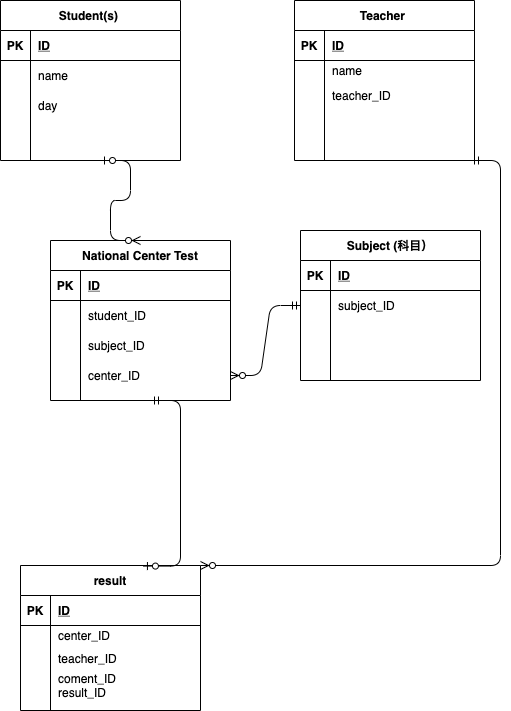
Above: index. .drawio.png in hitomineo/2021-12-24-ito-ER (draw.io), before the change. Source tidied: cells renumbered, new cells last; positions are measured from the earlier drawing's top-left corner, leaving out a move shared by most shapes.
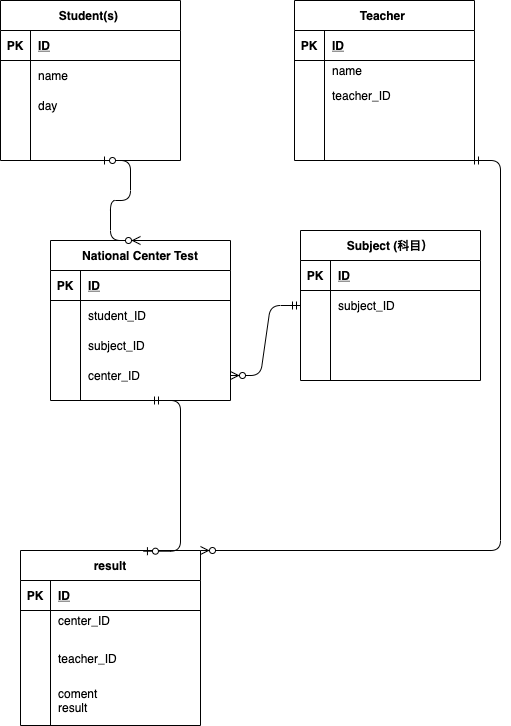
Later version of the same file.

Change to the diagram source:
```diff
@@ -42,7 +42,7 @@
       <mxGeometry x="30" width="150" height="30" as="geometry" />
     </mxCell>
     <mxCell id="15" value="result" style="shape=table;startSize=30;rowLines=0;fontStyle=1;align=center;" parent="1" vertex="1">
-      <mxGeometry x="20" y="565" width="180" height="145" as="geometry" />
+      <mxGeometry x="20" y="550" width="180" height="175" as="geometry" />
     </mxCell>
     <mxCell id="16" style="shape=partialRectangle;fillColor=none;top=0;left=0;bottom=1;right=0;" parent="15" vertex="1">
       <mxGeometry y="30" width="180" height="30" as="geometry" />
@@ -63,21 +63,21 @@
       <mxGeometry x="30" width="150" height="20" as="geometry" />
     </mxCell>
     <mxCell id="22" style="shape=partialRectangle;fillColor=none;top=0;left=0;bottom=0;right=0;" parent="15" vertex="1">
-      <mxGeometry y="80" width="180" height="25" as="geometry" />
+      <mxGeometry y="80" width="180" height="55" as="geometry" />
     </mxCell>
     <mxCell id="23" style="shape=partialRectangle;fillColor=none;top=0;left=0;bottom=0;right=0;overflow=hidden;" parent="22" vertex="1">
-      <mxGeometry width="30" height="25" as="geometry" />
+      <mxGeometry width="30" height="55" as="geometry" />
     </mxCell>
     <mxCell id="24" value="teacher_ID" style="shape=partialRectangle;fillColor=none;top=0;left=0;bottom=0;right=0;align=left;spacingLeft=6;overflow=hidden;" parent="22" vertex="1">
-      <mxGeometry x="30" width="150" height="25" as="geometry" />
+      <mxGeometry x="30" width="150" height="55" as="geometry" />
     </mxCell>
     <mxCell id="25" style="shape=partialRectangle;fillColor=none;top=0;left=0;bottom=0;right=0;" parent="15" vertex="1">
-      <mxGeometry y="105" width="180" height="30" as="geometry" />
+      <mxGeometry y="135" width="180" height="30" as="geometry" />
     </mxCell>
     <mxCell id="26" style="shape=partialRectangle;fillColor=none;top=0;left=0;bottom=0;right=0;overflow=hidden;" parent="25" vertex="1">
       <mxGeometry width="30" height="30" as="geometry" />
     </mxCell>
-    <mxCell id="27" value="coment_ID&#10;result_ID" style="shape=partialRectangle;fillColor=none;top=0;left=0;bottom=0;right=0;align=left;spacingLeft=6;overflow=hidden;" parent="25" vertex="1">
+    <mxCell id="27" value="coment&#10;result" style="shape=partialRectangle;fillColor=none;top=0;left=0;bottom=0;right=0;align=left;spacingLeft=6;overflow=hidden;" parent="25" vertex="1">
       <mxGeometry x="30" width="150" height="30" as="geometry" />
     </mxCell>
     <mxCell id="28" value="Student(s) " style="shape=table;startSize=30;rowLines=0;fontStyle=1;align=center;" parent="1" vertex="1">
```
